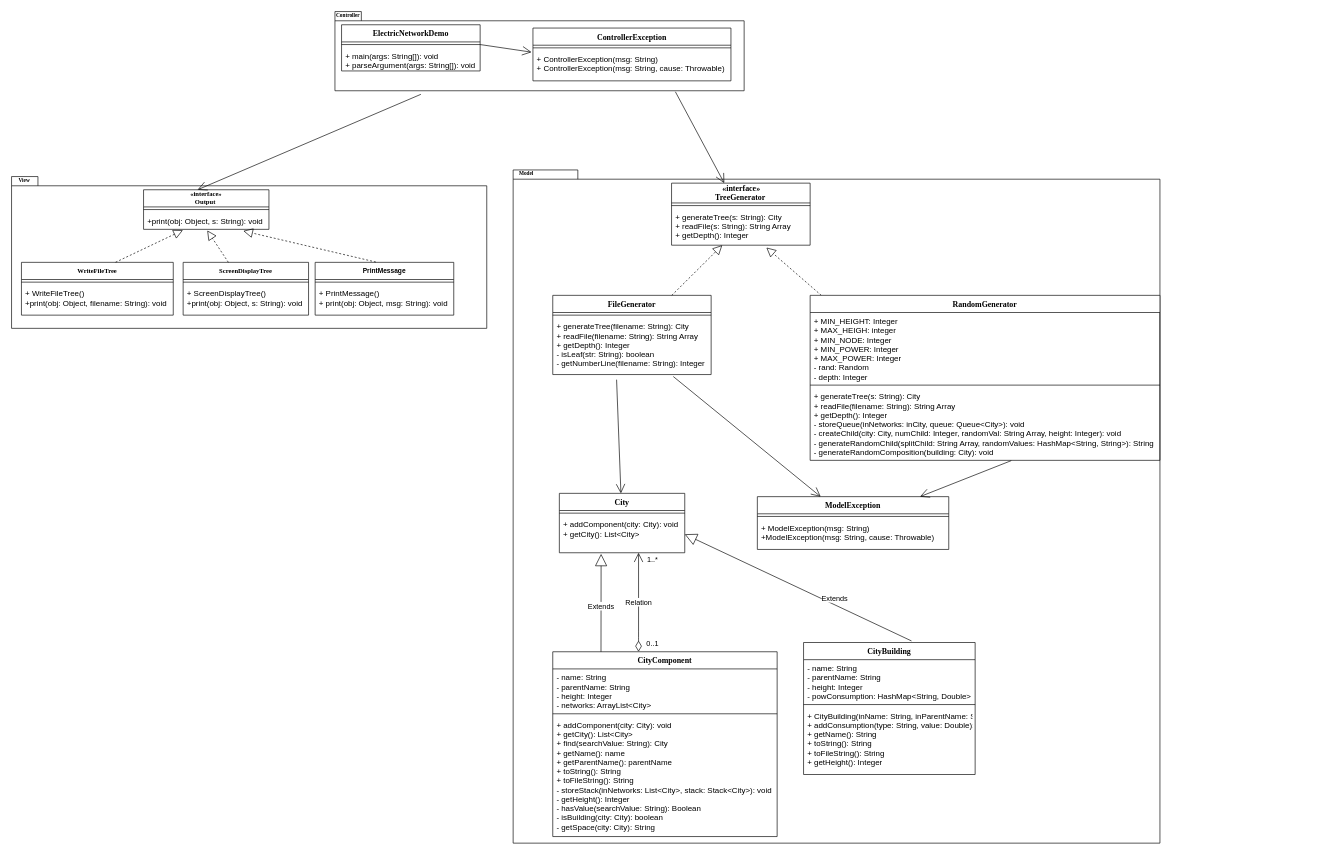
Calmen00-code/Electric-Network-Project keeps this draw.io diagram as UML Assignment 1.drawio. Above is the earlier version. Source tidied: cells renumbered, new cells numbered last; positions are measured from the earlier drawing's top-left corner, leaving out a move shared by most shapes. Both pictures are drawn from the tidied source at 66%, with x=0, y=0 at pixel (11, 11).
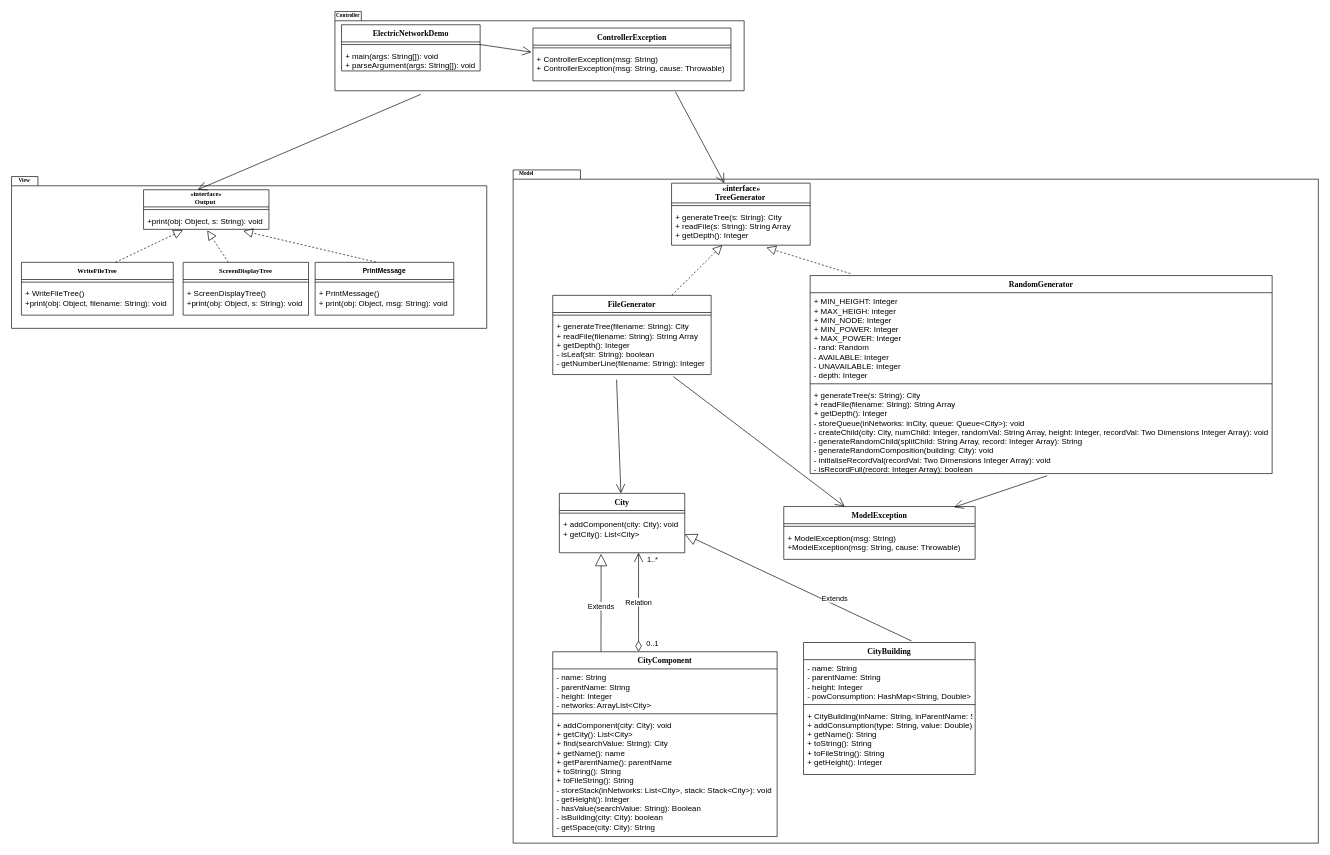
After the change.

Unchanged cells that the change refers to:
```xml
<mxCell id="21" value="+ generateTree(s: String): City&#10;+ readFile(s: String): String Array&#10;+ getDepth(): Integer" style="text;strokeColor=none;fillColor=none;align=left;verticalAlign=top;spacingLeft=4;spacingRight=4;overflow=hidden;points=[[0,0.5],[1,0.5]];portConstraint=eastwest;" parent="19" vertex="1">
  <mxGeometry y="38" width="210" height="56" as="geometry" />
</mxCell>
```

The edit, as a diff of the source:
```diff
@@
     <mxCell id="6" value="Model&lt;br&gt;" style="shape=folder;fontStyle=1;spacingTop=10;tabWidth=40;tabHeight=14;tabPosition=left;html=1;fontFamily=Times New Roman;labelPosition=left;verticalLabelPosition=top;align=right;verticalAlign=bottom;spacingBottom=-13;spacingRight=-32;fontSize=8;" parent="1" vertex="1">
-      <mxGeometry x="760" y="240" width="980" height="1020" as="geometry" />
+      <mxGeometry x="760" y="240" width="1220" height="1020" as="geometry" />
     </mxCell>
@@
-    <mxCell id="26" style="endArrow=block;dashed=1;endFill=0;endSize=12;html=1;fontFamily=Times New Roman;fontSize=10;entryX=0.684;entryY=1.064;entryDx=0;entryDy=0;entryPerimeter=0;" parent="1" edge="1" target="21">
-      <mxGeometry relative="1" as="geometry">
-        <mxPoint x="1226.9" y="430" as="sourcePoint" />
-      </mxGeometry>
+    <mxCell id="26" style="endArrow=block;dashed=1;endFill=0;endSize=12;html=1;fontFamily=Times New Roman;fontSize=10;entryX=0.684;entryY=1.064;entryDx=0;entryDy=0;entryPerimeter=0;exitX=0.087;exitY=-0.01;exitDx=0;exitDy=0;exitPerimeter=0;" parent="1" edge="1" source="52" target="21">
+      <mxGeometry relative="1" as="geometry" />
     </mxCell>
@@
     <mxCell id="46" value="ModelException" style="swimlane;fontStyle=1;align=center;verticalAlign=top;horizontal=1;startSize=26;fontFamily=Times New Roman;" parent="1" vertex="1">
-      <mxGeometry x="1130" y="735" width="290" height="80" as="geometry" />
+      <mxGeometry x="1170" y="750" width="290" height="80" as="geometry" />
     </mxCell>
@@
-    <mxCell id="51" style="endArrow=open;endFill=1;endSize=12;html=1;exitX=0.575;exitY=1.004;exitDx=0;exitDy=0;exitPerimeter=0;" parent="1" edge="1" source="55" target="46">
+    <mxCell id="51" style="endArrow=open;endFill=1;endSize=12;html=1;exitX=0.513;exitY=1.025;exitDx=0;exitDy=0;exitPerimeter=0;entryX=0.89;entryY=0.013;entryDx=0;entryDy=0;entryPerimeter=0;" parent="1" edge="1" source="55" target="46">
       <mxGeometry relative="1" as="geometry" />
     </mxCell>
     <mxCell id="52" value="RandomGenerator" style="swimlane;fontStyle=1;align=center;verticalAlign=top;horizontal=1;startSize=26;fontSize=12;fontFamily=Times New Roman;" parent="1" vertex="1">
-      <mxGeometry x="1210" y="430" width="530" height="250" as="geometry" />
+      <mxGeometry x="1210" y="400" width="700" height="300" as="geometry" />
     </mxCell>
-    <mxCell id="53" value="+ MIN_HEIGHT: Integer&#10;+ MAX_HEIGH: integer&#10;+ MIN_NODE: Integer&#10;+ MIN_POWER: Integer&#10;+ MAX_POWER: Integer&#10;- rand: Random&#10;- depth: Integer" style="text;strokeColor=none;fillColor=none;align=left;verticalAlign=top;spacingLeft=4;spacingRight=4;overflow=hidden;" parent="52" vertex="1">
-      <mxGeometry y="26" width="530" height="106" as="geometry" />
+    <mxCell id="53" value="+ MIN_HEIGHT: Integer&#10;+ MAX_HEIGH: integer&#10;+ MIN_NODE: Integer&#10;+ MIN_POWER: Integer&#10;+ MAX_POWER: Integer&#10;- rand: Random&#10;- AVAILABLE: Integer&#10;- UNAVAILABLE: Integer&#10;- depth: Integer" style="text;strokeColor=none;fillColor=none;align=left;verticalAlign=top;spacingLeft=4;spacingRight=4;overflow=hidden;" parent="52" vertex="1">
+      <mxGeometry y="26" width="700" height="134" as="geometry" />
     </mxCell>
     <mxCell id="54" style="line;strokeWidth=1;fillColor=none;align=left;verticalAlign=middle;spacingTop=-1;spacingLeft=3;spacingRight=3;labelPosition=right;" parent="52" vertex="1">
-      <mxGeometry y="132" width="530" height="8" as="geometry" />
+      <mxGeometry y="160" width="700" height="8" as="geometry" />
     </mxCell>
-    <mxCell id="55" value="+ generateTree(s: String): City &#10;+ readFile(filename: String): String Array&#10;+ getDepth(): Integer&#10;- storeQueue(inNetworks: inCity, queue: Queue&lt;City&gt;): void&#10;- createChild(city: City, numChild: Integer, randomVal: String Array, height: Integer): void&#10;- generateRandomChild(splitChild: String Array, randomValues: HashMap&lt;String, String&gt;): String&#10;- generateRandomComposition(building: City): void" style="text;strokeColor=none;fillColor=none;align=left;verticalAlign=top;spacingLeft=4;spacingRight=4;overflow=hidden;points=[[0,0.5],[1,0.5]];portConstraint=eastwest;" parent="52" vertex="1">
-      <mxGeometry y="140" width="530" height="110" as="geometry" />
+    <mxCell id="55" value="+ generateTree(s: String): City &#10;+ readFile(filename: String): String Array&#10;+ getDepth(): Integer&#10;- storeQueue(inNetworks: inCity, queue: Queue&lt;City&gt;): void&#10;- createChild(city: City, numChild: Integer, randomVal: String Array, height: Integer, recordVal: Two Dimensions Integer Array): void&#10;- generateRandomChild(splitChild: String Array, record: Integer Array): String&#10;- generateRandomComposition(building: City): void&#10;- initialiseRecordVal(recordVal: Two Dimensions Integer Array): void&#10;- isRecordFull(record: Integer Array): boolean" style="text;strokeColor=none;fillColor=none;align=left;verticalAlign=top;spacingLeft=4;spacingRight=4;overflow=hidden;points=[[0,0.5],[1,0.5]];portConstraint=eastwest;" parent="52" vertex="1">
+      <mxGeometry y="168" width="700" height="132" as="geometry" />
     </mxCell>
```
